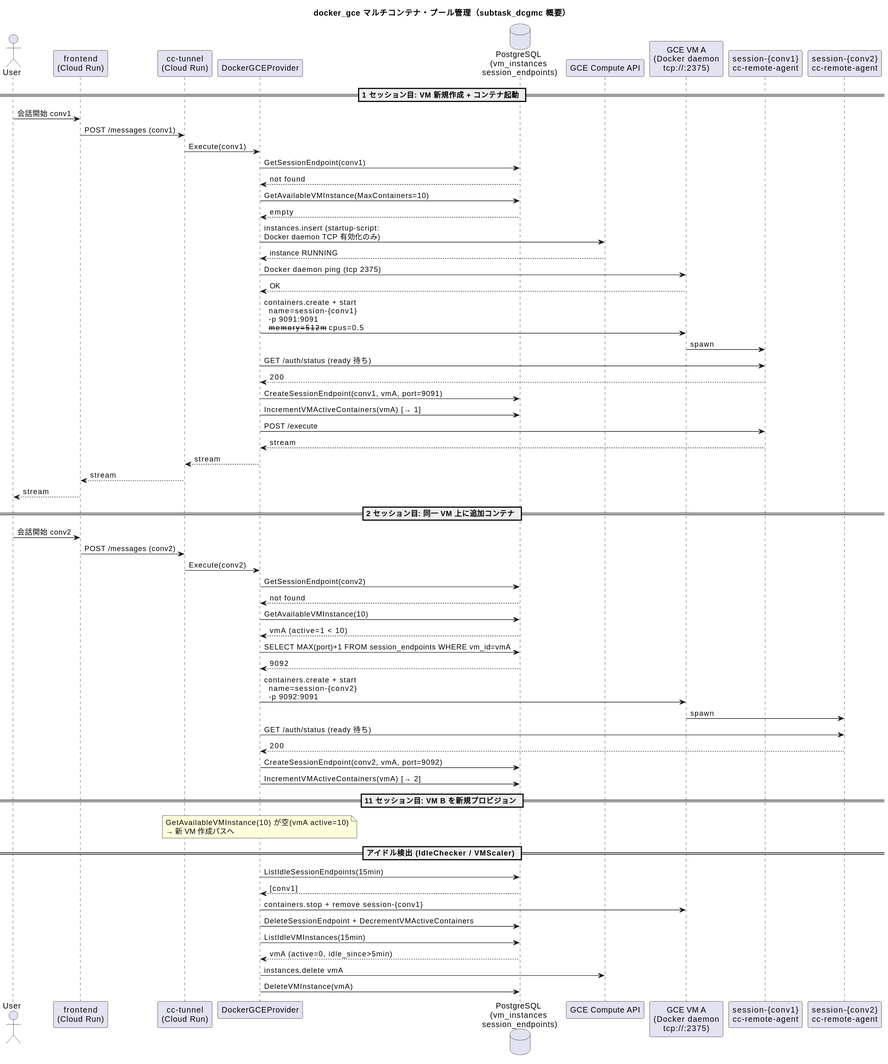
Above: docs/plantuml/out/docker_gce_multi_container.svg in pollenjp/cc-tunnel (PlantUML), before the change. Its diagram source:
```plantuml
@startuml

title docker_gce マルチコンテナ・プール管理（subtask_dcgmc 概要）

actor User
participant "frontend\n(Cloud Run)" as FE
participant "cc-tunnel\n(Cloud Run)" as TUN
participant "DockerGCEProvider" as DGP
database  "PostgreSQL\n(vm_instances\n session_endpoints)" as DB
participant "GCE Compute API" as GCE
participant "GCE VM A\n(Docker daemon\ntcp://:2375)" as VMA
participant "session-{conv1}\ncc-remote-agent" as CA1
participant "session-{conv2}\ncc-remote-agent" as CA2

== 1 セッション目: VM 新規作成 + コンテナ起動 ==
User -> FE: 会話開始 conv1
FE -> TUN: POST /messages (conv1)
TUN -> DGP: Execute(conv1)
DGP -> DB: GetSessionEndpoint(conv1)
DB --> DGP: not found
DGP -> DB: GetAvailableVMInstance(MaxContainers=10)
DB --> DGP: empty
DGP -> GCE: instances.insert (startup-script:\nDocker daemon TCP 有効化のみ)
GCE --> DGP: instance RUNNING
DGP -> VMA: Docker daemon ping (tcp 2375)
VMA --> DGP: OK
DGP -> VMA: containers.create + start\n  name=session-{conv1}\n  -p 9091:9091\n  --memory=512m --cpus=0.5
VMA -> CA1: spawn
DGP -> CA1: GET /auth/status (ready 待ち)
CA1 --> DGP: 200
DGP -> DB: CreateSessionEndpoint(conv1, vmA, port=9091)
DGP -> DB: IncrementVMActiveContainers(vmA)  [→ 1]
DGP -> CA1: POST /execute
CA1 --> DGP: stream
DGP --> TUN: stream
TUN --> FE: stream
FE --> User: stream

== 2 セッション目: 同一 VM 上に追加コンテナ ==
User -> FE: 会話開始 conv2
FE -> TUN: POST /messages (conv2)
TUN -> DGP: Execute(conv2)
DGP -> DB: GetSessionEndpoint(conv2)
DB --> DGP: not found
DGP -> DB: GetAvailableVMInstance(10)
DB --> DGP: vmA (active=1 < 10)
DGP -> DB: SELECT MAX(port)+1 FROM session_endpoints WHERE vm_id=vmA
DB --> DGP: 9092
DGP -> VMA: containers.create + start\n  name=session-{conv2}\n  -p 9092:9091
VMA -> CA2: spawn
DGP -> CA2: GET /auth/status (ready 待ち)
CA2 --> DGP: 200
DGP -> DB: CreateSessionEndpoint(conv2, vmA, port=9092)
DGP -> DB: IncrementVMActiveContainers(vmA)  [→ 2]

== 11 セッション目: VM B を新規プロビジョン ==
note over DGP: GetAvailableVMInstance(10) が空(vmA active=10)\n→ 新 VM 作成パスへ

== アイドル検出 (IdleChecker / VMScaler) ==
DGP -> DB: ListIdleSessionEndpoints(15min)
DB --> DGP: [conv1]
DGP -> VMA: containers.stop + remove session-{conv1}
DGP -> DB: DeleteSessionEndpoint + DecrementVMActiveContainers
DGP -> DB: ListIdleVMInstances(15min)
DB --> DGP: vmA (active=0, idle_since>5min)
DGP -> GCE: instances.delete vmA
DGP -> DB: DeleteVMInstance(vmA)
@enduml
```
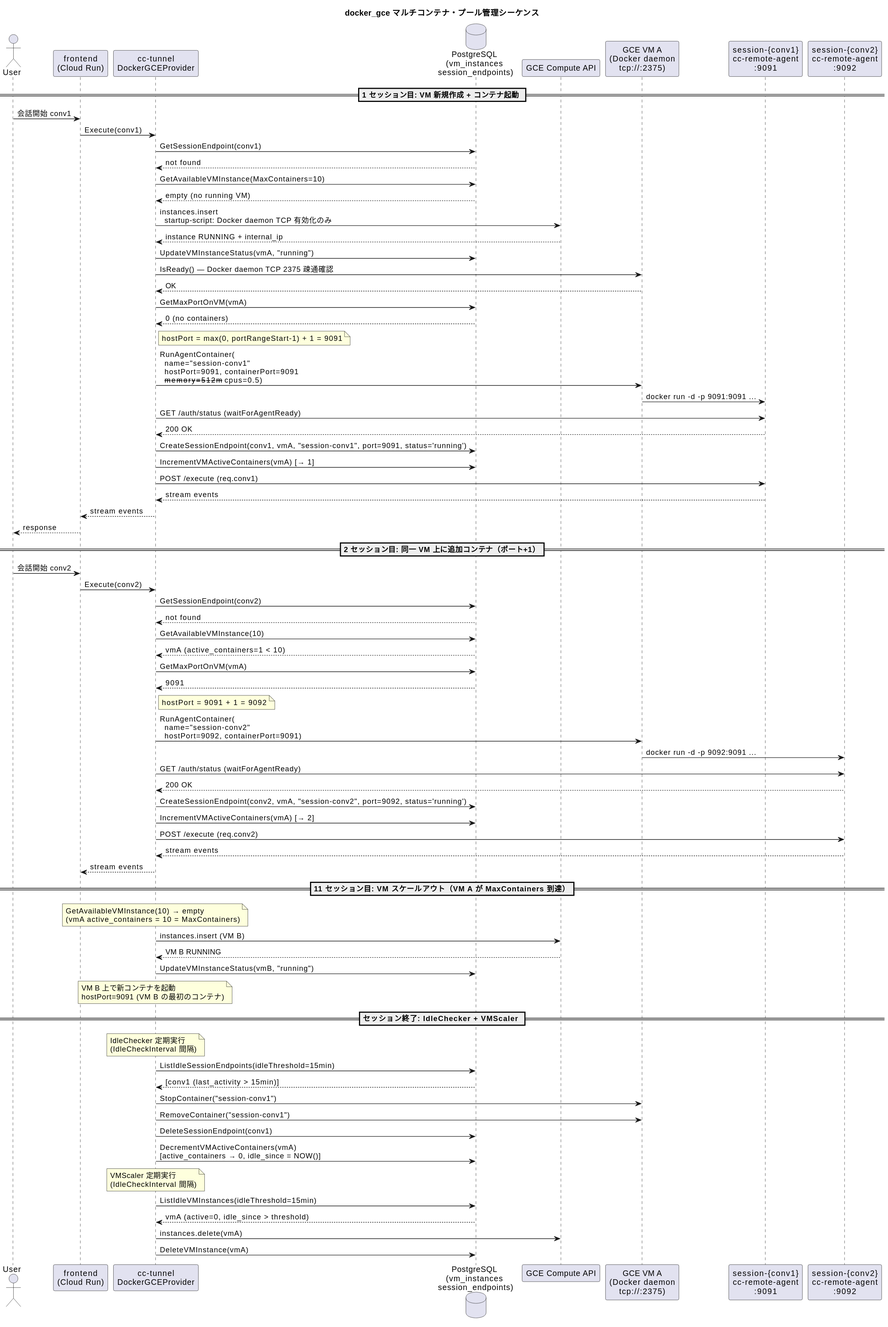
Later version of the same file.

Change to the diagram source:
```diff
@@ -1,68 +1,83 @@
 @startuml
-
-title docker_gce マルチコンテナ・プール管理（subtask_dcgmc 概要）
+title docker_gce マルチコンテナ・プール管理シーケンス
 
 actor User
 participant "frontend\n(Cloud Run)" as FE
-participant "cc-tunnel\n(Cloud Run)" as TUN
-participant "DockerGCEProvider" as DGP
+participant "cc-tunnel\nDockerGCEProvider" as DGP
 database  "PostgreSQL\n(vm_instances\n session_endpoints)" as DB
 participant "GCE Compute API" as GCE
 participant "GCE VM A\n(Docker daemon\ntcp://:2375)" as VMA
-participant "session-{conv1}\ncc-remote-agent" as CA1
-participant "session-{conv2}\ncc-remote-agent" as CA2
+participant "session-{conv1}\ncc-remote-agent\n:9091" as CA1
+participant "session-{conv2}\ncc-remote-agent\n:9092" as CA2
 
 == 1 セッション目: VM 新規作成 + コンテナ起動 ==
+
 User -> FE: 会話開始 conv1
-FE -> TUN: POST /messages (conv1)
-TUN -> DGP: Execute(conv1)
+FE -> DGP: Execute(conv1)
 DGP -> DB: GetSessionEndpoint(conv1)
 DB --> DGP: not found
 DGP -> DB: GetAvailableVMInstance(MaxContainers=10)
-DB --> DGP: empty
-DGP -> GCE: instances.insert (startup-script:\nDocker daemon TCP 有効化のみ)
-GCE --> DGP: instance RUNNING
-DGP -> VMA: Docker daemon ping (tcp 2375)
+DB --> DGP: empty (no running VM)
+DGP -> GCE: instances.insert\n  startup-script: Docker daemon TCP 有効化のみ
+GCE --> DGP: instance RUNNING + internal_ip
+DGP -> DB: UpdateVMInstanceStatus(vmA, "running")
+DGP -> VMA: IsReady() — Docker daemon TCP 2375 疎通確認
 VMA --> DGP: OK
-DGP -> VMA: containers.create + start\n  name=session-{conv1}\n  -p 9091:9091\n  --memory=512m --cpus=0.5
-VMA -> CA1: spawn
-DGP -> CA1: GET /auth/status (ready 待ち)
-CA1 --> DGP: 200
-DGP -> DB: CreateSessionEndpoint(conv1, vmA, port=9091)
-DGP -> DB: IncrementVMActiveContainers(vmA)  [→ 1]
-DGP -> CA1: POST /execute
-CA1 --> DGP: stream
-DGP --> TUN: stream
-TUN --> FE: stream
-FE --> User: stream
+DGP -> DB: GetMaxPortOnVM(vmA)
+DB --> DGP: 0 (no containers)
+note right of DGP: hostPort = max(0, portRangeStart-1) + 1 = 9091
+DGP -> VMA: RunAgentContainer(\n  name="session-conv1"\n  hostPort=9091, containerPort=9091\n  --memory=512m --cpus=0.5)
+VMA -> CA1: docker run -d -p 9091:9091 ...
+DGP -> CA1: GET /auth/status (waitForAgentReady)
+CA1 --> DGP: 200 OK
+DGP -> DB: CreateSessionEndpoint(conv1, vmA, "session-conv1", port=9091, status='running')
+DGP -> DB: IncrementVMActiveContainers(vmA) [→ 1]
+DGP -> CA1: POST /execute (req.conv1)
+CA1 --> DGP: stream events
+DGP --> FE: stream events
+FE --> User: response
 
-== 2 セッション目: 同一 VM 上に追加コンテナ ==
+== 2 セッション目: 同一 VM 上に追加コンテナ（ポート+1）==
+
 User -> FE: 会話開始 conv2
-FE -> TUN: POST /messages (conv2)
-TUN -> DGP: Execute(conv2)
+FE -> DGP: Execute(conv2)
 DGP -> DB: GetSessionEndpoint(conv2)
 DB --> DGP: not found
 DGP -> DB: GetAvailableVMInstance(10)
-DB --> DGP: vmA (active=1 < 10)
-DGP -> DB: SELECT MAX(port)+1 FROM session_endpoints WHERE vm_id=vmA
-DB --> DGP: 9092
-DGP -> VMA: containers.create + start\n  name=session-{conv2}\n  -p 9092:9091
-VMA -> CA2: spawn
-DGP -> CA2: GET /auth/status (ready 待ち)
-CA2 --> DGP: 200
-DGP -> DB: CreateSessionEndpoint(conv2, vmA, port=9092)
-DGP -> DB: IncrementVMActiveContainers(vmA)  [→ 2]
+DB --> DGP: vmA (active_containers=1 < 10)
+DGP -> DB: GetMaxPortOnVM(vmA)
+DB --> DGP: 9091
+note right of DGP: hostPort = 9091 + 1 = 9092
+DGP -> VMA: RunAgentContainer(\n  name="session-conv2"\n  hostPort=9092, containerPort=9091)
+VMA -> CA2: docker run -d -p 9092:9091 ...
+DGP -> CA2: GET /auth/status (waitForAgentReady)
+CA2 --> DGP: 200 OK
+DGP -> DB: CreateSessionEndpoint(conv2, vmA, "session-conv2", port=9092, status='running')
+DGP -> DB: IncrementVMActiveContainers(vmA) [→ 2]
+DGP -> CA2: POST /execute (req.conv2)
+CA2 --> DGP: stream events
+DGP --> FE: stream events
 
-== 11 セッション目: VM B を新規プロビジョン ==
-note over DGP: GetAvailableVMInstance(10) が空(vmA active=10)\n→ 新 VM 作成パスへ
+== 11 セッション目: VM スケールアウト（VM A が MaxContainers 到達）==
 
-== アイドル検出 (IdleChecker / VMScaler) ==
-DGP -> DB: ListIdleSessionEndpoints(15min)
-DB --> DGP: [conv1]
-DGP -> VMA: containers.stop + remove session-{conv1}
-DGP -> DB: DeleteSessionEndpoint + DecrementVMActiveContainers
-DGP -> DB: ListIdleVMInstances(15min)
-DB --> DGP: vmA (active=0, idle_since>5min)
-DGP -> GCE: instances.delete vmA
+note over DGP: GetAvailableVMInstance(10) → empty\n(vmA active_containers = 10 = MaxContainers)
+DGP -> GCE: instances.insert (VM B)
+GCE --> DGP: VM B RUNNING
+DGP -> DB: UpdateVMInstanceStatus(vmB, "running")
+note over DGP: VM B 上で新コンテナを起動\nhostPort=9091 (VM B の最初のコンテナ)
+
+== セッション終了: IdleChecker + VMScaler ==
+
+note over DGP: IdleChecker 定期実行\n(IdleCheckInterval 間隔)
+DGP -> DB: ListIdleSessionEndpoints(idleThreshold=15min)
+DB --> DGP: [conv1 (last_activity > 15min)]
+DGP -> VMA: StopContainer("session-conv1")
+DGP -> VMA: RemoveContainer("session-conv1")
+DGP -> DB: DeleteSessionEndpoint(conv1)
+DGP -> DB: DecrementVMActiveContainers(vmA)\n[active_containers → 0, idle_since = NOW()]
+note over DGP: VMScaler 定期実行\n(IdleCheckInterval 間隔)
+DGP -> DB: ListIdleVMInstances(idleThreshold=15min)
+DB --> DGP: vmA (active=0, idle_since > threshold)
+DGP -> GCE: instances.delete(vmA)
 DGP -> DB: DeleteVMInstance(vmA)
 @enduml
```
